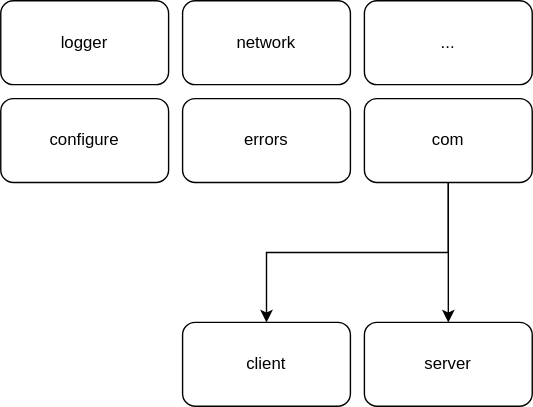
c17abab/pics keeps this draw.io diagram as tc_项目文件结构.svg. Above is the earlier version. Source tidied: cells renumbered, new cells last; positions are measured from the earlier drawing's top-left corner, leaving out a move shared by most shapes.
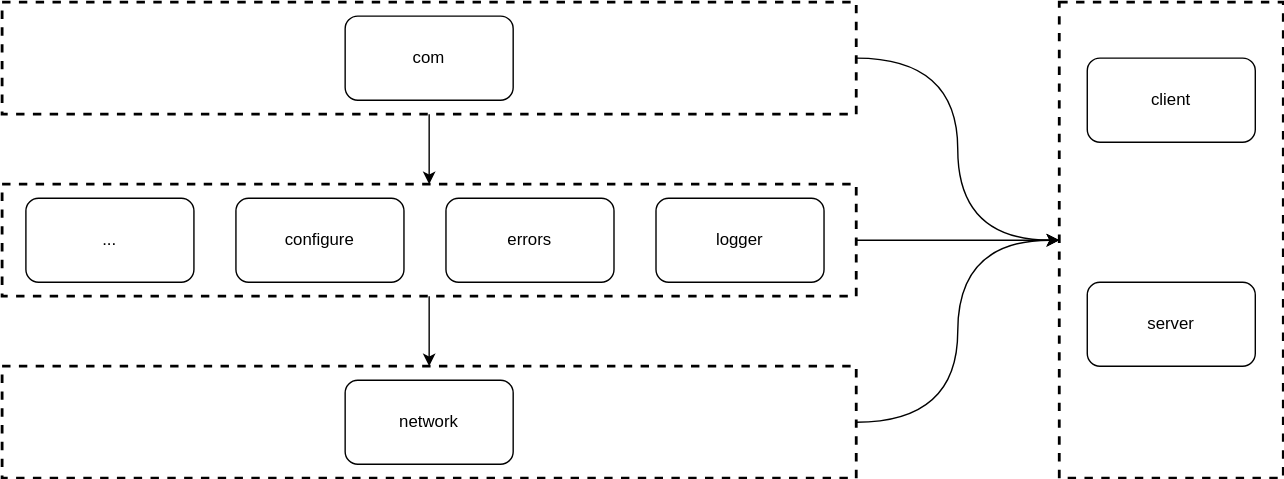
The same file after the commit.

Commit message:
更新tc_项目文件结构.svg

The edit, as a diff of the source:
```diff
@@ -2,35 +2,70 @@
   <root>
     <mxCell id="0" />
     <mxCell id="1" parent="0" />
-    <mxCell id="2" value="client" style="rounded=1;whiteSpace=wrap;html=1;" parent="1" vertex="1">
-      <mxGeometry x="130" y="230" width="120" height="60" as="geometry" />
-    </mxCell>
-    <mxCell id="3" value="server" style="rounded=1;whiteSpace=wrap;html=1;" parent="1" vertex="1">
-      <mxGeometry x="260" y="230" width="120" height="60" as="geometry" />
-    </mxCell>
-    <mxCell id="4" style="edgeStyle=orthogonalEdgeStyle;rounded=0;jettySize=auto;html=1;exitX=0.5;exitY=1;exitDx=0;exitDy=0;" parent="1" edge="1" source="6" target="2">
-      <mxGeometry relative="1" as="geometry" />
-    </mxCell>
-    <mxCell id="5" style="edgeStyle=orthogonalEdgeStyle;rounded=0;jettySize=auto;html=1;exitX=0.5;exitY=1;exitDx=0;exitDy=0;entryX=0.5;entryY=0;entryDx=0;entryDy=0;" parent="1" edge="1" source="6" target="3">
-      <mxGeometry relative="1" as="geometry" />
-    </mxCell>
-    <mxCell id="6" value="com" style="rounded=1;whiteSpace=wrap;html=1;" parent="1" vertex="1">
-      <mxGeometry x="260" y="70" width="120" height="60" as="geometry" />
-    </mxCell>
+    <mxCell id="12" style="group;" parent="1" vertex="1">
+      <mxGeometry x="175" y="-30" width="610" height="80" as="geometry" />
+    </mxCell>
-    <mxCell id="7" value="logger" style="rounded=1;whiteSpace=wrap;html=1;" parent="1" vertex="1">
-      <mxGeometry width="120" height="60" as="geometry" />
+    <mxCell id="7" value="logger" style="rounded=1;whiteSpace=wrap;html=1;" parent="12" vertex="1">
+      <mxGeometry x="467" y="10" width="120" height="60" as="geometry" />
     </mxCell>
-    <mxCell id="8" value="network" style="rounded=1;whiteSpace=wrap;html=1;" parent="1" vertex="1">
-      <mxGeometry x="130" width="120" height="60" as="geometry" />
-    </mxCell>
-    <mxCell id="9" value="configure" style="rounded=1;whiteSpace=wrap;html=1;" parent="1" vertex="1">
-      <mxGeometry y="70" width="120" height="60" as="geometry" />
+    <mxCell id="9" value="configure" style="rounded=1;whiteSpace=wrap;html=1;" parent="12" vertex="1">
+      <mxGeometry x="167" y="10" width="120" height="60" as="geometry" />
     </mxCell>
-    <mxCell id="10" value="errors" style="rounded=1;whiteSpace=wrap;html=1;" parent="1" vertex="1">
-      <mxGeometry x="130" y="70" width="120" height="60" as="geometry" />
+    <mxCell id="10" value="errors" style="rounded=1;whiteSpace=wrap;html=1;" parent="12" vertex="1">
+      <mxGeometry x="317" y="10" width="120" height="60" as="geometry" />
     </mxCell>
-    <mxCell id="11" value="..." style="rounded=1;whiteSpace=wrap;html=1;" parent="1" vertex="1">
-      <mxGeometry x="260" width="120" height="60" as="geometry" />
+    <mxCell id="11" value="..." style="rounded=1;whiteSpace=wrap;html=1;" parent="12" vertex="1">
+      <mxGeometry x="17" y="10" width="120" height="60" as="geometry" />
     </mxCell>
+    <mxCell id="13" style="rounded=0;whiteSpace=wrap;html=1;fillColor=none;strokeWidth=2;dashed=1;" parent="12" vertex="1">
+      <mxGeometry width="610" height="80" as="geometry" />
+    </mxCell>
+    <mxCell id="14" style="group;" parent="1" vertex="1">
+      <mxGeometry x="175" y="100" width="610" height="80" as="geometry" />
+    </mxCell>
+    <mxCell id="8" value="network" style="rounded=1;whiteSpace=wrap;html=1;" parent="14" vertex="1">
+      <mxGeometry x="245" y="10" width="120" height="60" as="geometry" />
+    </mxCell>
+    <mxCell id="15" style="rounded=0;whiteSpace=wrap;html=1;fillColor=none;strokeWidth=2;dashed=1;" parent="14" vertex="1">
+      <mxGeometry width="610" height="80" as="geometry" />
+    </mxCell>
+    <mxCell id="16" style="edgeStyle=orthogonalEdgeStyle;curved=1;rounded=0;jettySize=auto;html=1;exitX=0.5;exitY=1;exitDx=0;exitDy=0;entryX=0.5;entryY=0;entryDx=0;entryDy=0;" parent="1" edge="1" source="13" target="15">
+      <mxGeometry relative="1" as="geometry" />
+    </mxCell>
+    <mxCell id="17" style="group;" parent="1" vertex="1">
+      <mxGeometry x="175" y="-160" width="610" height="80" as="geometry" />
+    </mxCell>
+    <mxCell id="6" value="com" style="rounded=1;whiteSpace=wrap;html=1;" parent="17" vertex="1">
+      <mxGeometry x="245" y="10" width="120" height="60" as="geometry" />
+    </mxCell>
+    <mxCell id="18" style="rounded=0;whiteSpace=wrap;html=1;fillColor=none;strokeWidth=2;dashed=1;" parent="17" vertex="1">
+      <mxGeometry width="610" height="80" as="geometry" />
+    </mxCell>
+    <mxCell id="19" style="group;" parent="1" vertex="1">
+      <mxGeometry x="930" y="-160" width="160" height="340" as="geometry" />
+    </mxCell>
+    <mxCell id="20" style="rounded=0;whiteSpace=wrap;html=1;fillColor=none;strokeWidth=2;dashed=1;" parent="19" vertex="1">
+      <mxGeometry width="160" height="340" as="geometry" />
+    </mxCell>
+    <mxCell id="2" value="client" style="rounded=1;whiteSpace=wrap;html=1;" parent="19" vertex="1">
+      <mxGeometry x="20" y="40" width="120" height="60" as="geometry" />
+    </mxCell>
+    <mxCell id="3" value="server" style="rounded=1;whiteSpace=wrap;html=1;" parent="19" vertex="1">
+      <mxGeometry x="20" y="200" width="120" height="60" as="geometry" />
+    </mxCell>
+    <mxCell id="21" style="edgeStyle=orthogonalEdgeStyle;curved=1;rounded=0;jettySize=auto;html=1;exitX=0.5;exitY=1;exitDx=0;exitDy=0;entryX=0.5;entryY=0;entryDx=0;entryDy=0;" parent="1" edge="1" source="18" target="13">
+      <mxGeometry relative="1" as="geometry" />
+    </mxCell>
+    <mxCell id="22" style="edgeStyle=orthogonalEdgeStyle;curved=1;rounded=0;jettySize=auto;html=1;exitX=1;exitY=0.5;exitDx=0;exitDy=0;" parent="1" edge="1" source="18" target="20">
+      <mxGeometry relative="1" as="geometry" />
+    </mxCell>
+    <mxCell id="23" style="edgeStyle=orthogonalEdgeStyle;curved=1;rounded=0;jettySize=auto;html=1;exitX=1;exitY=0.5;exitDx=0;exitDy=0;" parent="1" edge="1" source="13">
+      <mxGeometry relative="1" as="geometry">
+        <mxPoint x="930" y="10" as="targetPoint" />
+      </mxGeometry>
+    </mxCell>
+    <mxCell id="24" style="edgeStyle=orthogonalEdgeStyle;curved=1;rounded=0;jettySize=auto;html=1;exitX=1;exitY=0.5;exitDx=0;exitDy=0;entryX=0;entryY=0.5;entryDx=0;entryDy=0;" parent="1" edge="1" source="15" target="20">
+      <mxGeometry relative="1" as="geometry" />
+    </mxCell>
   </root>
 </mxGraphModel>
```
